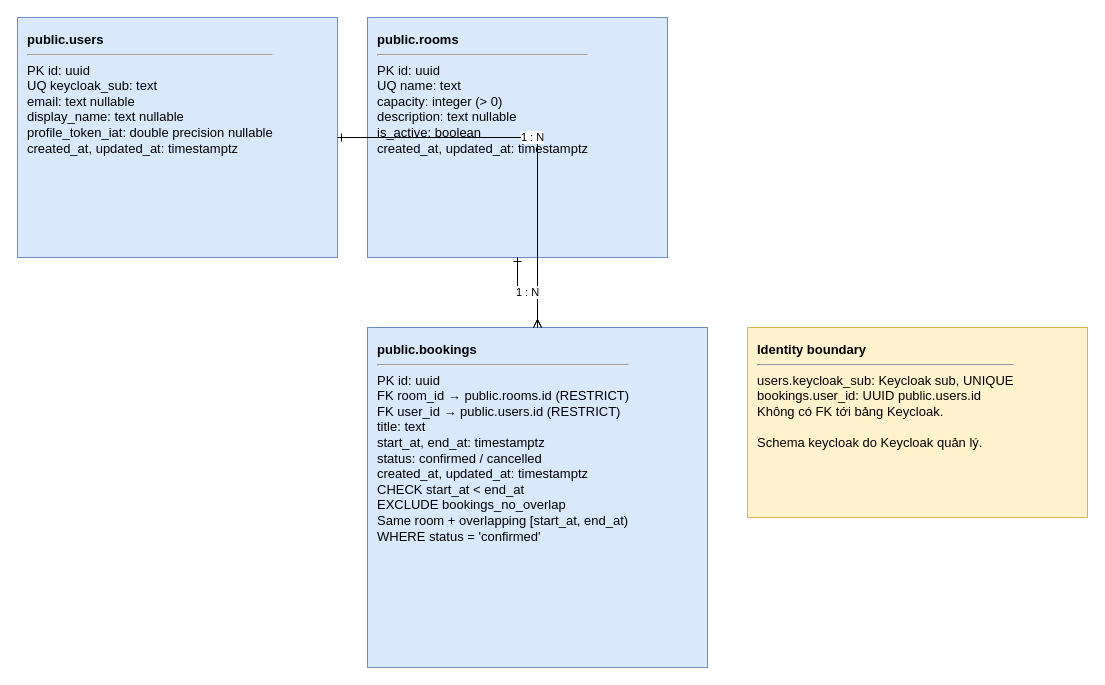
This is docs/database.drawio from tungct-1553/nestjs-meeting-room-booking-api, a draw.io file, before an edit. Source tidied: cells renumbered, new cells numbered last; positions are measured from the earlier drawing's top-left corner, leaving out a move shared by most shapes. Both pictures are drawn from the tidied source at 100%, with x=0, y=0 at pixel (17, 17).
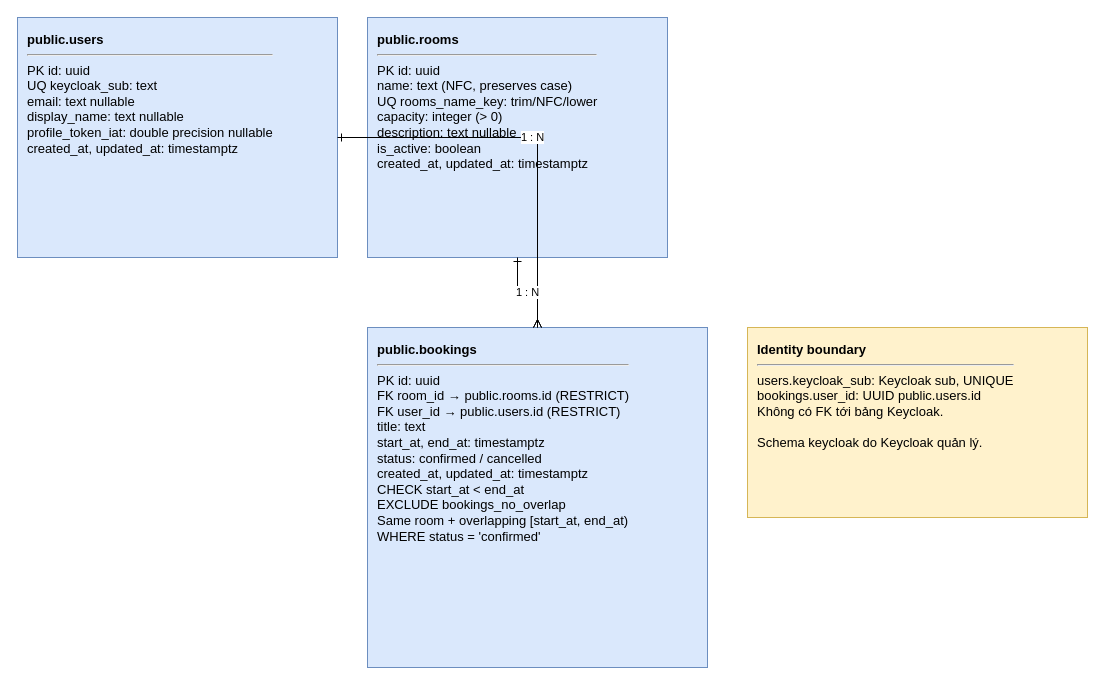
The same diagram, later.

Change to the diagram source:
```diff
@@
 <mxGraphModel>
   <root>
     <mxCell id="0" />
     <mxCell id="1" parent="0" />
     <mxCell id="2" value="&lt;b&gt;public.users&lt;/b&gt;&lt;hr/&gt;PK id: uuid&lt;br/&gt;UQ keycloak_sub: text&lt;br/&gt;email: text nullable&lt;br/&gt;display_name: text nullable&lt;br/&gt;profile_token_iat: double precision nullable&lt;br/&gt;created_at, updated_at: timestamptz" style="rounded=0;whiteSpace=wrap;html=1;align=left;verticalAlign=top;spacing=10;fillColor=#dae8fc;strokeColor=#6c8ebf;fontSize=13;" parent="1" vertex="1">
       <mxGeometry width="320" height="240" as="geometry" />
     </mxCell>
-    <mxCell id="3" value="&lt;b&gt;public.rooms&lt;/b&gt;&lt;hr/&gt;PK id: uuid&lt;br/&gt;UQ name: text&lt;br/&gt;capacity: integer (&gt; 0)&lt;br/&gt;description: text nullable&lt;br/&gt;is_active: boolean&lt;br/&gt;created_at, updated_at: timestamptz" style="rounded=0;whiteSpace=wrap;html=1;align=left;verticalAlign=top;spacing=10;fillColor=#dae8fc;strokeColor=#6c8ebf;fontSize=13;" parent="1" vertex="1">
+    <mxCell id="3" value="&lt;b&gt;public.rooms&lt;/b&gt;&lt;hr/&gt;PK id: uuid&lt;br/&gt;name: text (NFC, preserves case)&lt;br/&gt;UQ rooms_name_key: trim/NFC/lower&lt;br/&gt;capacity: integer (&gt; 0)&lt;br/&gt;description: text nullable&lt;br/&gt;is_active: boolean&lt;br/&gt;created_at, updated_at: timestamptz" style="rounded=0;whiteSpace=wrap;html=1;align=left;verticalAlign=top;spacing=10;fillColor=#dae8fc;strokeColor=#6c8ebf;fontSize=13;" parent="1" vertex="1">
       <mxGeometry x="350" width="300" height="240" as="geometry" />
     </mxCell>
     <mxCell id="4" value="&lt;b&gt;public.bookings&lt;/b&gt;&lt;hr/&gt;PK id: uuid&lt;br/&gt;FK room_id → public.rooms.id (RESTRICT)&lt;br/&gt;FK user_id → public.users.id (RESTRICT)&lt;br/&gt;title: text&lt;br/&gt;start_at, end_at: timestamptz&lt;br/&gt;status: confirmed / cancelled&lt;br/&gt;created_at, updated_at: timestamptz&lt;br/&gt;CHECK start_at &amp;lt; end_at&lt;br/&gt;EXCLUDE bookings_no_overlap&lt;br/&gt;Same room + overlapping [start_at, end_at)&lt;br/&gt;WHERE status = 'confirmed'" style="rounded=0;whiteSpace=wrap;html=1;align=left;verticalAlign=top;spacing=10;fillColor=#dae8fc;strokeColor=#6c8ebf;fontSize=13;" parent="1" vertex="1">
       <mxGeometry x="350" y="310" width="340" height="340" as="geometry" />
     </mxCell>
     <mxCell id="5" value="1 : N" style="edgeStyle=orthogonalEdgeStyle;rounded=0;html=1;endArrow=ERmany;endFill=0;startArrow=ERone;startFill=0;" parent="1" edge="1" source="2" target="4">
       <mxGeometry relative="1" as="geometry" />
     </mxCell>
     <mxCell id="6" value="1 : N" style="edgeStyle=orthogonalEdgeStyle;rounded=0;html=1;endArrow=ERmany;endFill=0;startArrow=ERone;startFill=0;" parent="1" edge="1" source="3" target="4">
       <mxGeometry relative="1" as="geometry" />
     </mxCell>
     <mxCell id="7" value="&lt;b&gt;Identity boundary&lt;/b&gt;&lt;hr/&gt;users.keycloak_sub: Keycloak sub, UNIQUE&lt;br/&gt;bookings.user_id: UUID public.users.id&lt;br/&gt;Không có FK tới bảng Keycloak.&lt;br/&gt;&lt;br/&gt;Schema keycloak do Keycloak quản lý." style="rounded=0;whiteSpace=wrap;html=1;align=left;verticalAlign=top;spacing=10;fillColor=#fff2cc;strokeColor=#d6b656;fontSize=13;" parent="1" vertex="1">
       <mxGeometry x="730" y="310" width="340" height="190" as="geometry" />
     </mxCell>
   </root>
 </mxGraphModel>
```
